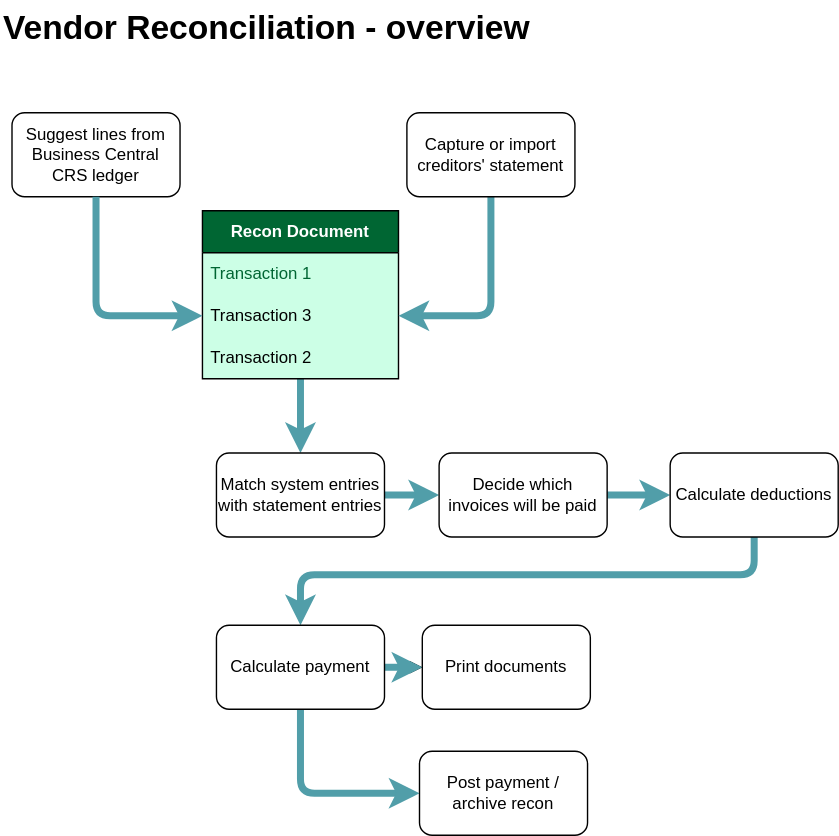
This is Vendor Recon/VRS_Process.drawio.svg from Braintree-by-Vox/trade_assistant, a draw.io export, as it was before one commit. Source tidied: cells renumbered, new cells last; positions are measured from the earlier drawing's top-left corner, leaving out a move shared by most shapes.
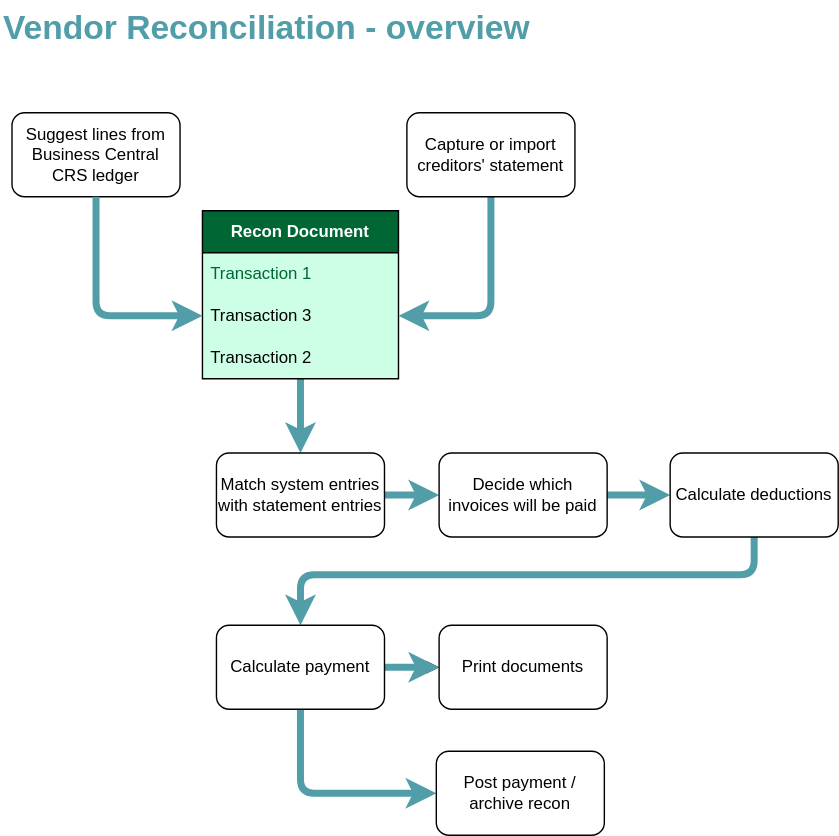
Later version of the same file.

Change to the diagram source:
```diff
@@ -2,10 +2,10 @@
   <root>
     <mxCell id="0" />
     <mxCell id="1" parent="0" />
-    <mxCell id="2" value="Vendor Reconciliation - overview" style="text;strokeColor=none;fillColor=none;html=1;fontSize=24;fontStyle=1;verticalAlign=middle;align=left;labelBackgroundColor=light-dark(#FFFFFF,#66FFB3);fontColor=light-dark(#000000,#00331A);" parent="1" vertex="1">
+    <mxCell id="2" value="Vendor Reconciliation - overview" style="text;strokeColor=none;fillColor=none;html=1;fontSize=24;fontStyle=1;verticalAlign=middle;align=left;labelBackgroundColor=none;fontColor=light-dark(#519EA9,#00331A);" parent="1" vertex="1">
       <mxGeometry width="508" height="40" as="geometry" />
     </mxCell>
-    <mxCell id="3" value="Suggest lines from Business Central CRS ledger" style="rounded=1;whiteSpace=wrap;html=1;" parent="1" vertex="1">
+    <mxCell id="3" value="Suggest lines from Business Central CRS ledger" style="rounded=1;whiteSpace=wrap;html=1;labelBackgroundColor=none;gradientColor=none;" parent="1" vertex="1">
       <mxGeometry x="8" y="80" width="120" height="60" as="geometry" />
     </mxCell>
     <mxCell id="4" style="edgeStyle=orthogonalEdgeStyle;html=1;strokeColor=#519EA9;strokeWidth=5;" parent="1" edge="1" source="5" target="13">
@@ -68,10 +68,10 @@
       <mxGeometry x="154" y="446" width="120" height="60" as="geometry" />
     </mxCell>
     <mxCell id="22" value="Print documents" style="whiteSpace=wrap;html=1;fontStyle=0;startSize=30;rounded=1;" parent="1" vertex="1">
-      <mxGeometry x="301" y="446" width="120" height="60" as="geometry" />
+      <mxGeometry x="313" y="446" width="120" height="60" as="geometry" />
     </mxCell>
     <mxCell id="23" value="Post payment / archive recon" style="whiteSpace=wrap;html=1;fontStyle=0;startSize=30;rounded=1;" parent="1" vertex="1">
-      <mxGeometry x="299" y="536" width="120" height="60" as="geometry" />
+      <mxGeometry x="311" y="536" width="120" height="60" as="geometry" />
     </mxCell>
   </root>
 </mxGraphModel>
```
